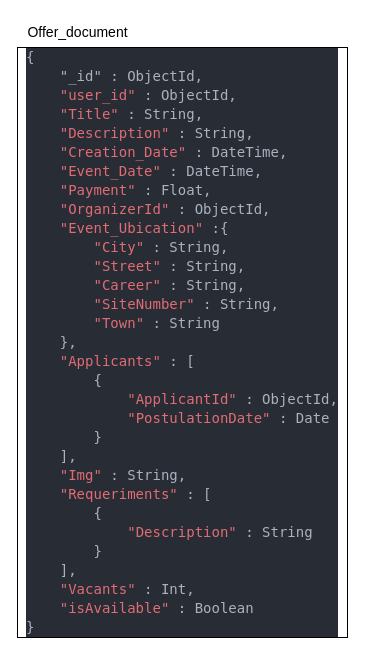
Earlier version of the draw.io diagram Base de datos/Offers/Offers.drawio (moises-ph/Nodens-documentacion). Source tidied: cells renumbered, new cells numbered last; positions are measured from the earlier drawing's top-left corner, leaving out a move shared by most shapes. Both pictures are drawn from the tidied source at 100%, with x=0, y=0 at pixel (17, 17).
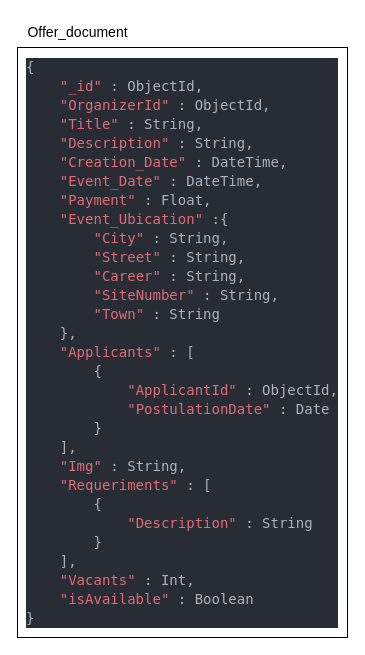
After the change.

The edit, as a diff of the source:
```diff
@@
 <mxGraphModel>
   <root>
     <mxCell id="0" />
     <mxCell id="1" parent="0" />
-    <mxCell id="2" value="&lt;div style=&quot;text-align: justify;&quot;&gt;&lt;div style=&quot;background-color: rgb(26, 27, 38); font-family: Consolas, &amp;quot;Courier New&amp;quot;, monospace; font-size: 14px; line-height: 19px;&quot;&gt;&lt;div style=&quot;background-color: rgb(40, 44, 52); font-family: &amp;quot;DejaVu Sans Mono&amp;quot;, Consolas, &amp;quot;Courier New&amp;quot;, monospace; line-height: 19px;&quot;&gt;&lt;div style=&quot;line-height: 19px;&quot;&gt;&lt;div style=&quot;color: rgb(171, 178, 191);&quot;&gt;{&lt;/div&gt;&lt;div style=&quot;color: rgb(171, 178, 191);&quot;&gt;&amp;nbsp; &amp;nbsp; &quot;_id&quot; : ObjectId,&lt;/div&gt;&lt;div style=&quot;color: rgb(171, 178, 191);&quot;&gt;&amp;nbsp; &amp;nbsp; &lt;span style=&quot;color: #e06c75;&quot;&gt;&quot;user_id&quot;&lt;/span&gt; : ObjectId,&lt;/div&gt;&lt;div style=&quot;color: rgb(171, 178, 191);&quot;&gt;&amp;nbsp; &amp;nbsp; &lt;span style=&quot;color: #e06c75;&quot;&gt;&quot;Title&quot;&lt;/span&gt; : String,&lt;/div&gt;&lt;div style=&quot;color: rgb(171, 178, 191);&quot;&gt;&amp;nbsp; &amp;nbsp; &lt;span style=&quot;color: #e06c75;&quot;&gt;&quot;Description&quot;&lt;/span&gt; : String,&lt;/div&gt;&lt;div style=&quot;color: rgb(171, 178, 191);&quot;&gt;&amp;nbsp; &amp;nbsp; &lt;span style=&quot;color: #e06c75;&quot;&gt;&quot;Creation_Date&quot;&lt;/span&gt; : DateTime,&lt;/div&gt;&lt;div style=&quot;color: rgb(171, 178, 191);&quot;&gt;&amp;nbsp; &amp;nbsp; &lt;span style=&quot;color: #e06c75;&quot;&gt;&quot;Event_Date&quot;&lt;/span&gt; : DateTime,&lt;/div&gt;&lt;div style=&quot;color: rgb(171, 178, 191);&quot;&gt;&amp;nbsp; &amp;nbsp; &lt;span style=&quot;color: #e06c75;&quot;&gt;&quot;Payment&quot;&lt;/span&gt; : Float,&lt;/div&gt;&lt;div style=&quot;color: rgb(171, 178, 191);&quot;&gt;&amp;nbsp; &amp;nbsp; &lt;span style=&quot;color: #e06c75;&quot;&gt;&quot;OrganizerId&quot;&lt;/span&gt; : ObjectId,&lt;/div&gt;&lt;div style=&quot;color: rgb(171, 178, 191);&quot;&gt;&amp;nbsp; &amp;nbsp; &lt;span style=&quot;color: #e06c75;&quot;&gt;&quot;Event_Ubication&quot;&lt;/span&gt; :{&lt;/div&gt;&lt;div style=&quot;color: rgb(171, 178, 191);&quot;&gt;&amp;nbsp; &amp;nbsp; &amp;nbsp; &amp;nbsp; &lt;span style=&quot;color: #e06c75;&quot;&gt;&quot;City&quot;&lt;/span&gt; : String,&lt;/div&gt;&lt;div style=&quot;color: rgb(171, 178, 191);&quot;&gt;&amp;nbsp; &amp;nbsp; &amp;nbsp; &amp;nbsp; &lt;span style=&quot;color: #e06c75;&quot;&gt;&quot;Street&quot;&lt;/span&gt; : String,&lt;/div&gt;&lt;div style=&quot;color: rgb(171, 178, 191);&quot;&gt;&amp;nbsp; &amp;nbsp; &amp;nbsp; &amp;nbsp; &lt;span style=&quot;color: #e06c75;&quot;&gt;&quot;Career&quot;&lt;/span&gt; : String,&lt;/div&gt;&lt;div style=&quot;color: rgb(171, 178, 191);&quot;&gt;&amp;nbsp; &amp;nbsp; &amp;nbsp; &amp;nbsp; &lt;span style=&quot;color: #e06c75;&quot;&gt;&quot;SiteNumber&quot;&lt;/span&gt; : String,&lt;/div&gt;&lt;div style=&quot;color: rgb(171, 178, 191);&quot;&gt;&amp;nbsp; &amp;nbsp; &amp;nbsp; &amp;nbsp; &lt;span style=&quot;color: #e06c75;&quot;&gt;&quot;Town&quot;&lt;/span&gt; : String&lt;/div&gt;&lt;div style=&quot;color: rgb(171, 178, 191);&quot;&gt;&amp;nbsp; &amp;nbsp; },&lt;/div&gt;&lt;div style=&quot;color: rgb(171, 178, 191);&quot;&gt;&amp;nbsp; &amp;nbsp; &lt;span style=&quot;color: #e06c75;&quot;&gt;&quot;Applicants&quot;&lt;/span&gt; : [&lt;/div&gt;&lt;div style=&quot;color: rgb(171, 178, 191);&quot;&gt;&amp;nbsp; &amp;nbsp; &amp;nbsp; &amp;nbsp; {&lt;/div&gt;&lt;div style=&quot;color: rgb(171, 178, 191);&quot;&gt;&amp;nbsp; &amp;nbsp; &amp;nbsp; &amp;nbsp; &amp;nbsp; &amp;nbsp; &lt;span style=&quot;color: #e06c75;&quot;&gt;&quot;ApplicantId&quot;&lt;/span&gt; : ObjectId,&lt;/div&gt;&lt;div style=&quot;color: rgb(171, 178, 191);&quot;&gt;&amp;nbsp; &amp;nbsp; &amp;nbsp; &amp;nbsp; &amp;nbsp; &amp;nbsp; &lt;span style=&quot;color: #e06c75;&quot;&gt;&quot;PostulationDate&quot;&lt;/span&gt; : Date&lt;/div&gt;&lt;div style=&quot;color: rgb(171, 178, 191);&quot;&gt;&amp;nbsp; &amp;nbsp; &amp;nbsp; &amp;nbsp; }&lt;/div&gt;&lt;div style=&quot;color: rgb(171, 178, 191);&quot;&gt;&amp;nbsp; &amp;nbsp; ],&lt;/div&gt;&lt;div style=&quot;color: rgb(171, 178, 191);&quot;&gt;&amp;nbsp; &amp;nbsp; &lt;span style=&quot;color: #e06c75;&quot;&gt;&quot;Img&quot;&lt;/span&gt; : String,&lt;/div&gt;&lt;div style=&quot;color: rgb(171, 178, 191);&quot;&gt;&amp;nbsp; &amp;nbsp; &lt;span style=&quot;color: #e06c75;&quot;&gt;&quot;Requeriments&quot;&lt;/span&gt; : [&lt;/div&gt;&lt;div style=&quot;color: rgb(171, 178, 191);&quot;&gt;&amp;nbsp; &amp;nbsp; &amp;nbsp; &amp;nbsp; {&lt;/div&gt;&lt;div style=&quot;color: rgb(171, 178, 191);&quot;&gt;&amp;nbsp; &amp;nbsp; &amp;nbsp; &amp;nbsp; &amp;nbsp; &amp;nbsp; &lt;span style=&quot;color: #e06c75;&quot;&gt;&quot;Description&quot;&lt;/span&gt; : String&lt;/div&gt;&lt;div style=&quot;color: rgb(171, 178, 191);&quot;&gt;&amp;nbsp; &amp;nbsp; &amp;nbsp; &amp;nbsp; }&lt;/div&gt;&lt;div style=&quot;color: rgb(171, 178, 191);&quot;&gt;&amp;nbsp; &amp;nbsp; ],&lt;/div&gt;&lt;div style=&quot;color: rgb(171, 178, 191);&quot;&gt;&amp;nbsp; &amp;nbsp; &lt;span style=&quot;color: #e06c75;&quot;&gt;&quot;Vacants&quot;&lt;/span&gt; : Int,&lt;/div&gt;&lt;div style=&quot;&quot;&gt;&lt;font color=&quot;#abb2bf&quot;&gt;&amp;nbsp; &amp;nbsp;&amp;nbsp;&lt;/font&gt;&lt;font color=&quot;#e06c75&quot;&gt;&quot;isAvailable&quot;&lt;/font&gt;&lt;font color=&quot;#abb2bf&quot;&gt;&amp;nbsp;: Boolean&lt;/font&gt;&lt;br&gt;&lt;/div&gt;&lt;div style=&quot;color: rgb(171, 178, 191);&quot;&gt;}&lt;/div&gt;&lt;/div&gt;&lt;/div&gt;&lt;/div&gt;&lt;/div&gt;" style="rounded=0;whiteSpace=wrap;html=1;" parent="1" vertex="1">
+    <mxCell id="2" value="&lt;div style=&quot;text-align: justify;&quot;&gt;&lt;div style=&quot;background-color: rgb(26, 27, 38); font-family: Consolas, &amp;quot;Courier New&amp;quot;, monospace; font-size: 14px; line-height: 19px;&quot;&gt;&lt;div style=&quot;background-color: rgb(40, 44, 52); font-family: &amp;quot;DejaVu Sans Mono&amp;quot;, Consolas, &amp;quot;Courier New&amp;quot;, monospace; line-height: 19px;&quot;&gt;&lt;div style=&quot;line-height: 19px;&quot;&gt;&lt;div style=&quot;color: rgb(171, 178, 191);&quot;&gt;{&lt;/div&gt;&lt;div style=&quot;&quot;&gt;&lt;span style=&quot;color: rgb(171, 178, 191);&quot;&gt;&amp;nbsp; &amp;nbsp; &lt;/span&gt;&lt;font color=&quot;#e06c75&quot;&gt;&quot;_id&quot;&lt;/font&gt;&lt;font color=&quot;#abb2bf&quot;&gt; : ObjectId,&lt;/font&gt;&lt;/div&gt;&lt;div style=&quot;&quot;&gt;&lt;font color=&quot;#abb2bf&quot;&gt;&amp;nbsp; &amp;nbsp;&amp;nbsp;&lt;/font&gt;&lt;font color=&quot;#e06c75&quot;&gt;&quot;OrganizerId&quot;&lt;/font&gt;&lt;font color=&quot;#abb2bf&quot;&gt;&amp;nbsp;: ObjectId,&lt;/font&gt;&lt;br&gt;&lt;/div&gt;&lt;div style=&quot;color: rgb(171, 178, 191);&quot;&gt;&amp;nbsp; &amp;nbsp; &lt;span style=&quot;color: #e06c75;&quot;&gt;&quot;Title&quot;&lt;/span&gt; : String,&lt;/div&gt;&lt;div style=&quot;color: rgb(171, 178, 191);&quot;&gt;&amp;nbsp; &amp;nbsp; &lt;span style=&quot;color: #e06c75;&quot;&gt;&quot;Description&quot;&lt;/span&gt; : String,&lt;/div&gt;&lt;div style=&quot;color: rgb(171, 178, 191);&quot;&gt;&amp;nbsp; &amp;nbsp; &lt;span style=&quot;color: #e06c75;&quot;&gt;&quot;Creation_Date&quot;&lt;/span&gt; : DateTime,&lt;/div&gt;&lt;div style=&quot;color: rgb(171, 178, 191);&quot;&gt;&amp;nbsp; &amp;nbsp; &lt;span style=&quot;color: #e06c75;&quot;&gt;&quot;Event_Date&quot;&lt;/span&gt; : DateTime,&lt;/div&gt;&lt;div style=&quot;color: rgb(171, 178, 191);&quot;&gt;&amp;nbsp; &amp;nbsp; &lt;span style=&quot;color: #e06c75;&quot;&gt;&quot;Payment&quot;&lt;/span&gt; : Float,&lt;/div&gt;&lt;div style=&quot;color: rgb(171, 178, 191);&quot;&gt;&amp;nbsp; &amp;nbsp; &lt;span style=&quot;color: #e06c75;&quot;&gt;&quot;Event_Ubication&quot;&lt;/span&gt; :{&lt;/div&gt;&lt;div style=&quot;color: rgb(171, 178, 191);&quot;&gt;&amp;nbsp; &amp;nbsp; &amp;nbsp; &amp;nbsp; &lt;span style=&quot;color: #e06c75;&quot;&gt;&quot;City&quot;&lt;/span&gt; : String,&lt;/div&gt;&lt;div style=&quot;color: rgb(171, 178, 191);&quot;&gt;&amp;nbsp; &amp;nbsp; &amp;nbsp; &amp;nbsp; &lt;span style=&quot;color: #e06c75;&quot;&gt;&quot;Street&quot;&lt;/span&gt; : String,&lt;/div&gt;&lt;div style=&quot;color: rgb(171, 178, 191);&quot;&gt;&amp;nbsp; &amp;nbsp; &amp;nbsp; &amp;nbsp; &lt;span style=&quot;color: #e06c75;&quot;&gt;&quot;Career&quot;&lt;/span&gt; : String,&lt;/div&gt;&lt;div style=&quot;color: rgb(171, 178, 191);&quot;&gt;&amp;nbsp; &amp;nbsp; &amp;nbsp; &amp;nbsp; &lt;span style=&quot;color: #e06c75;&quot;&gt;&quot;SiteNumber&quot;&lt;/span&gt; : String,&lt;/div&gt;&lt;div style=&quot;color: rgb(171, 178, 191);&quot;&gt;&amp;nbsp; &amp;nbsp; &amp;nbsp; &amp;nbsp; &lt;span style=&quot;color: #e06c75;&quot;&gt;&quot;Town&quot;&lt;/span&gt; : String&lt;/div&gt;&lt;div style=&quot;color: rgb(171, 178, 191);&quot;&gt;&amp;nbsp; &amp;nbsp; },&lt;/div&gt;&lt;div style=&quot;color: rgb(171, 178, 191);&quot;&gt;&amp;nbsp; &amp;nbsp; &lt;span style=&quot;color: #e06c75;&quot;&gt;&quot;Applicants&quot;&lt;/span&gt; : [&lt;/div&gt;&lt;div style=&quot;color: rgb(171, 178, 191);&quot;&gt;&amp;nbsp; &amp;nbsp; &amp;nbsp; &amp;nbsp; {&lt;/div&gt;&lt;div style=&quot;color: rgb(171, 178, 191);&quot;&gt;&amp;nbsp; &amp;nbsp; &amp;nbsp; &amp;nbsp; &amp;nbsp; &amp;nbsp; &lt;span style=&quot;color: #e06c75;&quot;&gt;&quot;ApplicantId&quot;&lt;/span&gt; : ObjectId,&lt;/div&gt;&lt;div style=&quot;color: rgb(171, 178, 191);&quot;&gt;&amp;nbsp; &amp;nbsp; &amp;nbsp; &amp;nbsp; &amp;nbsp; &amp;nbsp; &lt;span style=&quot;color: #e06c75;&quot;&gt;&quot;PostulationDate&quot;&lt;/span&gt; : Date&lt;/div&gt;&lt;div style=&quot;color: rgb(171, 178, 191);&quot;&gt;&amp;nbsp; &amp;nbsp; &amp;nbsp; &amp;nbsp; }&lt;/div&gt;&lt;div style=&quot;color: rgb(171, 178, 191);&quot;&gt;&amp;nbsp; &amp;nbsp; ],&lt;/div&gt;&lt;div style=&quot;color: rgb(171, 178, 191);&quot;&gt;&amp;nbsp; &amp;nbsp; &lt;span style=&quot;color: #e06c75;&quot;&gt;&quot;Img&quot;&lt;/span&gt; : String,&lt;/div&gt;&lt;div style=&quot;color: rgb(171, 178, 191);&quot;&gt;&amp;nbsp; &amp;nbsp; &lt;span style=&quot;color: #e06c75;&quot;&gt;&quot;Requeriments&quot;&lt;/span&gt; : [&lt;/div&gt;&lt;div style=&quot;color: rgb(171, 178, 191);&quot;&gt;&amp;nbsp; &amp;nbsp; &amp;nbsp; &amp;nbsp; {&lt;/div&gt;&lt;div style=&quot;color: rgb(171, 178, 191);&quot;&gt;&amp;nbsp; &amp;nbsp; &amp;nbsp; &amp;nbsp; &amp;nbsp; &amp;nbsp; &lt;span style=&quot;color: #e06c75;&quot;&gt;&quot;Description&quot;&lt;/span&gt; : String&lt;/div&gt;&lt;div style=&quot;color: rgb(171, 178, 191);&quot;&gt;&amp;nbsp; &amp;nbsp; &amp;nbsp; &amp;nbsp; }&lt;/div&gt;&lt;div style=&quot;color: rgb(171, 178, 191);&quot;&gt;&amp;nbsp; &amp;nbsp; ],&lt;/div&gt;&lt;div style=&quot;color: rgb(171, 178, 191);&quot;&gt;&amp;nbsp; &amp;nbsp; &lt;span style=&quot;color: #e06c75;&quot;&gt;&quot;Vacants&quot;&lt;/span&gt; : Int,&lt;/div&gt;&lt;div style=&quot;&quot;&gt;&lt;font color=&quot;#abb2bf&quot;&gt;&amp;nbsp; &amp;nbsp;&amp;nbsp;&lt;/font&gt;&lt;font color=&quot;#e06c75&quot;&gt;&quot;isAvailable&quot;&lt;/font&gt;&lt;font color=&quot;#abb2bf&quot;&gt;&amp;nbsp;: Boolean&lt;/font&gt;&lt;br&gt;&lt;/div&gt;&lt;div style=&quot;color: rgb(171, 178, 191);&quot;&gt;}&lt;/div&gt;&lt;/div&gt;&lt;/div&gt;&lt;/div&gt;&lt;/div&gt;" style="rounded=0;whiteSpace=wrap;html=1;" parent="1" vertex="1">
       <mxGeometry y="30" width="330" height="590" as="geometry" />
     </mxCell>
     <mxCell id="3" value="Offer_document" style="text;html=1;align=center;verticalAlign=middle;strokeColor=none;fillColor=none;fontSize=14;" parent="1" vertex="1">
       <mxGeometry width="120" height="30" as="geometry" />
     </mxCell>
   </root>
 </mxGraphModel>
```
